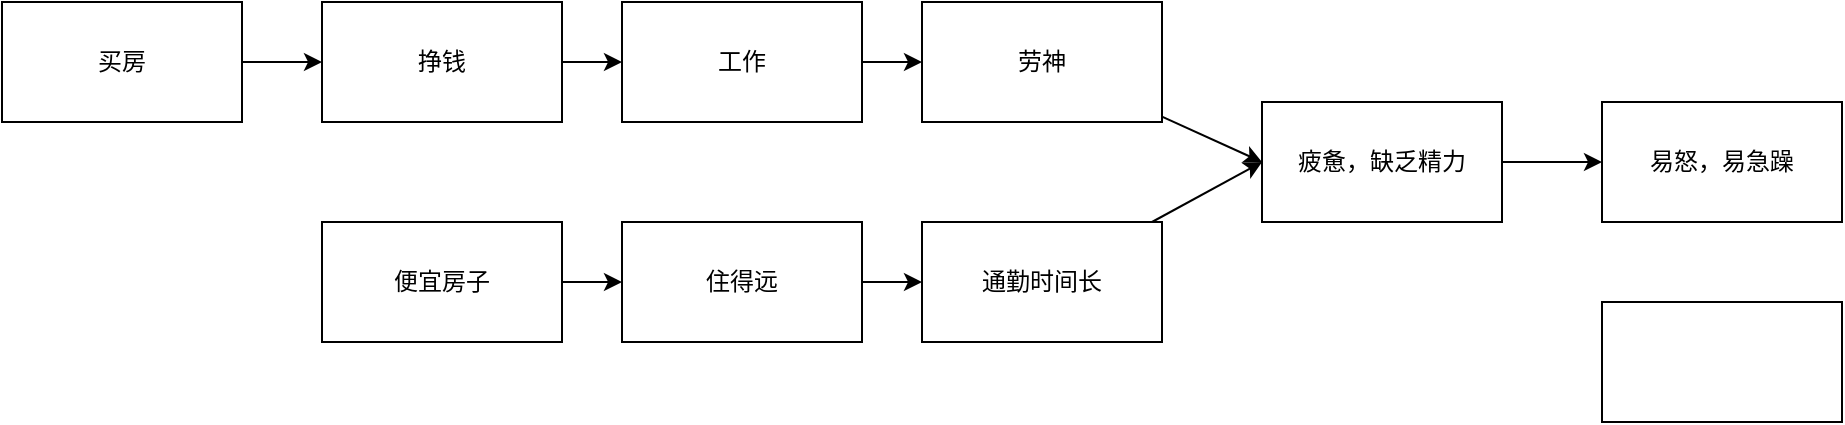
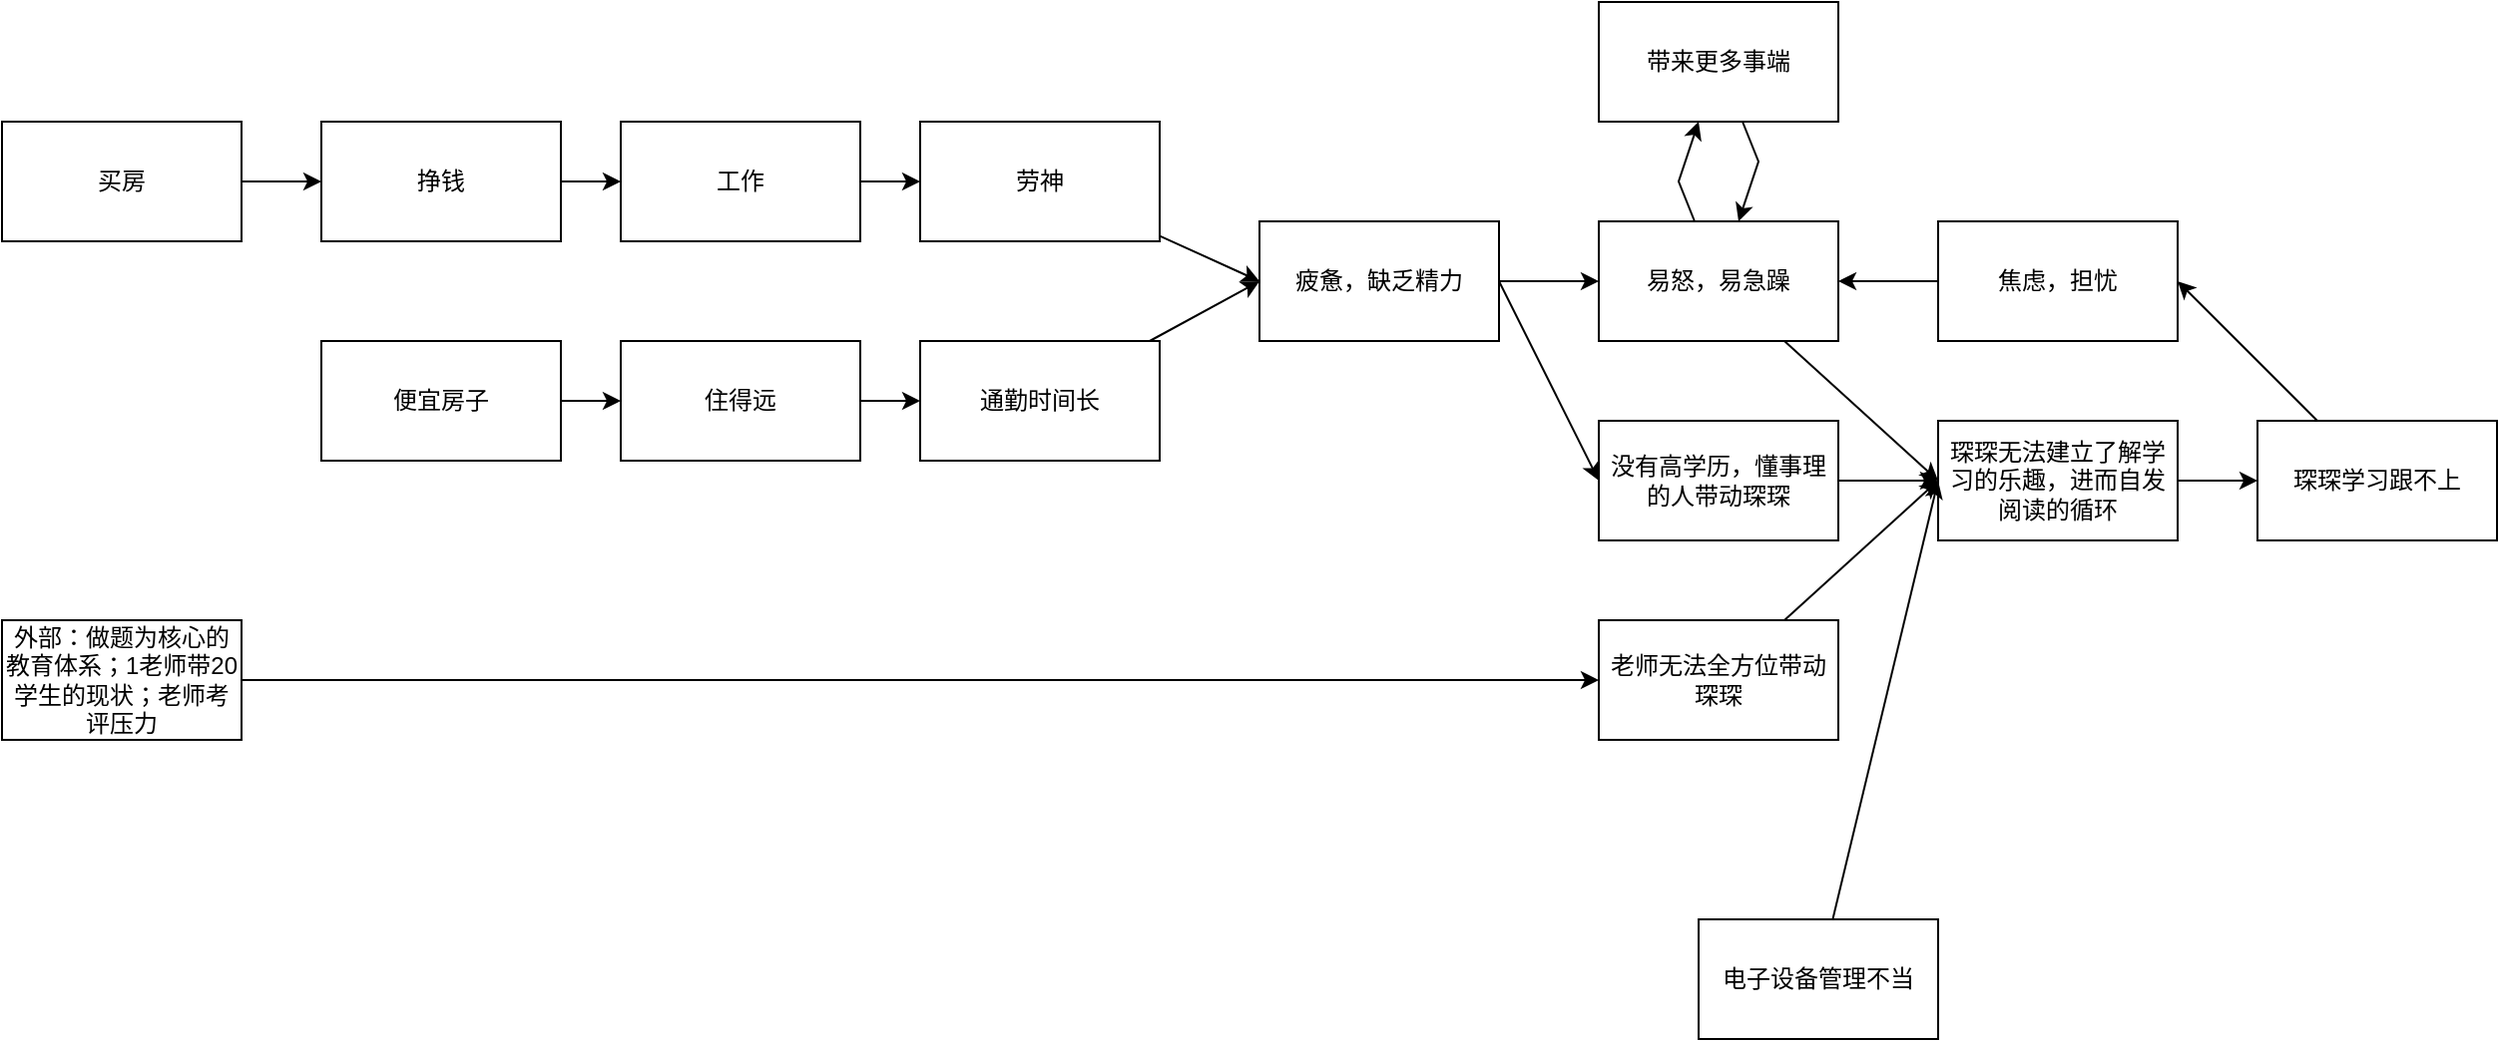
<mxfile host="app.diagrams.net">
  <diagram name="第 1 页" id="oDSSeyHpDiqRt2YluFSl">
-     <mxGraphModel dx="2031" dy="783" grid="1" gridSize="10" guides="1" tooltips="1" connect="1" arrows="1" fold="1" page="1" pageScale="1" pageWidth="827" pageHeight="1169" math="0" shadow="0">
+     <mxGraphModel dx="2332" dy="979" grid="1" gridSize="10" guides="1" tooltips="1" connect="1" arrows="1" fold="1" page="1" pageScale="1" pageWidth="827" pageHeight="1169" math="0" shadow="0">
      <root>
        <mxCell id="0" />
        <mxCell id="1" parent="0" />
        <mxCell id="g81_ulEMyJ-JgBWC4m70-7" edge="1" parent="1" source="g81_ulEMyJ-JgBWC4m70-1" style="edgeStyle=none;rounded=0;orthogonalLoop=1;jettySize=auto;html=1;" target="g81_ulEMyJ-JgBWC4m70-3" value="">
          <mxGeometry relative="1" as="geometry" />
        </mxCell>
        <mxCell id="g81_ulEMyJ-JgBWC4m70-1" parent="1" style="rounded=0;whiteSpace=wrap;html=1;" value="挣钱" vertex="1">
          <mxGeometry height="60" width="120" x="20" y="160" as="geometry" />
        </mxCell>
        <mxCell id="g81_ulEMyJ-JgBWC4m70-15" edge="1" parent="1" source="g81_ulEMyJ-JgBWC4m70-2" style="edgeStyle=none;rounded=0;orthogonalLoop=1;jettySize=auto;html=1;" target="g81_ulEMyJ-JgBWC4m70-1" value="">
          <mxGeometry relative="1" as="geometry" />
        </mxCell>
        <mxCell id="g81_ulEMyJ-JgBWC4m70-2" parent="1" style="rounded=0;whiteSpace=wrap;html=1;" value="买房" vertex="1">
          <mxGeometry height="60" width="120" x="-140" y="160" as="geometry" />
        </mxCell>
        <mxCell id="g81_ulEMyJ-JgBWC4m70-11" edge="1" parent="1" source="g81_ulEMyJ-JgBWC4m70-3" style="edgeStyle=none;rounded=0;orthogonalLoop=1;jettySize=auto;html=1;" target="g81_ulEMyJ-JgBWC4m70-10" value="">
          <mxGeometry relative="1" as="geometry" />
        </mxCell>
        <mxCell id="g81_ulEMyJ-JgBWC4m70-3" parent="1" style="rounded=0;whiteSpace=wrap;html=1;" value="工作" vertex="1">
          <mxGeometry height="60" width="120" x="170" y="160" as="geometry" />
        </mxCell>
        <mxCell id="g81_ulEMyJ-JgBWC4m70-9" edge="1" parent="1" source="g81_ulEMyJ-JgBWC4m70-4" style="edgeStyle=none;rounded=0;orthogonalLoop=1;jettySize=auto;html=1;" target="g81_ulEMyJ-JgBWC4m70-5" value="">
          <mxGeometry relative="1" as="geometry" />
        </mxCell>
        <mxCell id="g81_ulEMyJ-JgBWC4m70-4" parent="1" style="rounded=0;whiteSpace=wrap;html=1;" value="住得远" vertex="1">
          <mxGeometry height="60" width="120" x="170" y="270" as="geometry" />
        </mxCell>
        <mxCell id="g81_ulEMyJ-JgBWC4m70-14" edge="1" parent="1" source="g81_ulEMyJ-JgBWC4m70-5" style="edgeStyle=none;rounded=0;orthogonalLoop=1;jettySize=auto;html=1;entryX=0;entryY=0.5;entryDx=0;entryDy=0;" target="g81_ulEMyJ-JgBWC4m70-12">
          <mxGeometry relative="1" as="geometry" />
        </mxCell>
        <mxCell id="g81_ulEMyJ-JgBWC4m70-5" parent="1" style="rounded=0;whiteSpace=wrap;html=1;" value="通勤时间长" vertex="1">
          <mxGeometry height="60" width="120" x="320" y="270" as="geometry" />
        </mxCell>
        <mxCell id="g81_ulEMyJ-JgBWC4m70-8" edge="1" parent="1" source="g81_ulEMyJ-JgBWC4m70-6" style="edgeStyle=none;rounded=0;orthogonalLoop=1;jettySize=auto;html=1;" target="g81_ulEMyJ-JgBWC4m70-4" value="">
          <mxGeometry relative="1" as="geometry" />
        </mxCell>
        <mxCell id="g81_ulEMyJ-JgBWC4m70-6" parent="1" style="rounded=0;whiteSpace=wrap;html=1;" value="便宜房子" vertex="1">
          <mxGeometry height="60" width="120" x="20" y="270" as="geometry" />
        </mxCell>
        <mxCell id="g81_ulEMyJ-JgBWC4m70-13" edge="1" parent="1" source="g81_ulEMyJ-JgBWC4m70-10" style="edgeStyle=none;rounded=0;orthogonalLoop=1;jettySize=auto;html=1;entryX=0;entryY=0.5;entryDx=0;entryDy=0;" target="g81_ulEMyJ-JgBWC4m70-12">
          <mxGeometry relative="1" as="geometry" />
        </mxCell>
        <mxCell id="g81_ulEMyJ-JgBWC4m70-10" parent="1" style="rounded=0;whiteSpace=wrap;html=1;" value="劳神" vertex="1">
          <mxGeometry height="60" width="120" x="320" y="160" as="geometry" />
        </mxCell>
        <mxCell id="g81_ulEMyJ-JgBWC4m70-17" edge="1" parent="1" source="g81_ulEMyJ-JgBWC4m70-12" style="edgeStyle=none;rounded=0;orthogonalLoop=1;jettySize=auto;html=1;" target="g81_ulEMyJ-JgBWC4m70-16" value="">
          <mxGeometry relative="1" as="geometry" />
        </mxCell>
+         <mxCell id="1IWbCYiRDZy2WKuNPd---1" edge="1" parent="1" source="g81_ulEMyJ-JgBWC4m70-12" style="edgeStyle=none;rounded=0;orthogonalLoop=1;jettySize=auto;html=1;exitX=1;exitY=0.5;exitDx=0;exitDy=0;entryX=0;entryY=0.5;entryDx=0;entryDy=0;" target="g81_ulEMyJ-JgBWC4m70-18">
+           <mxGeometry relative="1" as="geometry" />
+         </mxCell>
        <mxCell id="g81_ulEMyJ-JgBWC4m70-12" parent="1" style="rounded=0;whiteSpace=wrap;html=1;" value="疲惫，缺乏精力" vertex="1">
          <mxGeometry height="60" width="120" x="490" y="210" as="geometry" />
+         </mxCell>
+         <mxCell id="1IWbCYiRDZy2WKuNPd---13" edge="1" parent="1" source="g81_ulEMyJ-JgBWC4m70-16" style="edgeStyle=none;rounded=0;orthogonalLoop=1;jettySize=auto;html=1;" target="1IWbCYiRDZy2WKuNPd---11" value="">
+           <mxGeometry relative="1" as="geometry">
+             <Array as="points">
+               <mxPoint x="700" y="190" />
+             </Array>
+           </mxGeometry>
        </mxCell>
        <mxCell id="g81_ulEMyJ-JgBWC4m70-16" parent="1" style="rounded=0;whiteSpace=wrap;html=1;" value="易怒，易急躁" vertex="1">
          <mxGeometry height="60" width="120" x="660" y="210" as="geometry" />
        </mxCell>
-         <mxCell id="g81_ulEMyJ-JgBWC4m70-18" parent="1" style="rounded=0;whiteSpace=wrap;html=1;" value="" vertex="1">
+         <mxCell id="1IWbCYiRDZy2WKuNPd---7" edge="1" parent="1" source="g81_ulEMyJ-JgBWC4m70-18" style="edgeStyle=none;rounded=0;orthogonalLoop=1;jettySize=auto;html=1;" target="1IWbCYiRDZy2WKuNPd---5">
+           <mxGeometry relative="1" as="geometry" />
+         </mxCell>
+         <mxCell id="g81_ulEMyJ-JgBWC4m70-18" parent="1" style="rounded=0;whiteSpace=wrap;html=1;" value="没有高学历，懂事理的人带动琛琛" vertex="1">
          <mxGeometry height="60" width="120" x="660" y="310" as="geometry" />
+         </mxCell>
+         <mxCell id="1IWbCYiRDZy2WKuNPd---4" edge="1" parent="1" source="1IWbCYiRDZy2WKuNPd---2" style="edgeStyle=none;rounded=0;orthogonalLoop=1;jettySize=auto;html=1;" target="1IWbCYiRDZy2WKuNPd---3" value="">
+           <mxGeometry relative="1" as="geometry" />
+         </mxCell>
+         <mxCell id="1IWbCYiRDZy2WKuNPd---2" parent="1" style="rounded=0;whiteSpace=wrap;html=1;" value="外部：做题为核心的教育体系；1老师带20学生的现状；老师考评压力" vertex="1">
+           <mxGeometry height="60" width="120" x="-140" y="410" as="geometry" />
+         </mxCell>
+         <mxCell id="1IWbCYiRDZy2WKuNPd---8" edge="1" parent="1" source="1IWbCYiRDZy2WKuNPd---3" style="edgeStyle=none;rounded=0;orthogonalLoop=1;jettySize=auto;html=1;entryX=0;entryY=0.5;entryDx=0;entryDy=0;" target="1IWbCYiRDZy2WKuNPd---5">
+           <mxGeometry relative="1" as="geometry" />
+         </mxCell>
+         <mxCell id="1IWbCYiRDZy2WKuNPd---3" parent="1" style="rounded=0;whiteSpace=wrap;html=1;" value="老师无法全方位带动琛琛" vertex="1">
+           <mxGeometry height="60" width="120" x="660" y="410" as="geometry" />
+         </mxCell>
+         <mxCell id="1IWbCYiRDZy2WKuNPd---15" edge="1" parent="1" source="1IWbCYiRDZy2WKuNPd---5" style="edgeStyle=none;rounded=0;orthogonalLoop=1;jettySize=auto;html=1;" target="1IWbCYiRDZy2WKuNPd---14" value="">
+           <mxGeometry relative="1" as="geometry" />
+         </mxCell>
+         <mxCell id="1IWbCYiRDZy2WKuNPd---5" parent="1" style="rounded=0;whiteSpace=wrap;html=1;" value="琛琛无法建立了解学习的乐趣，进而自发阅读的循环" vertex="1">
+           <mxGeometry height="60" width="120" x="830" y="310" as="geometry" />
+         </mxCell>
+         <mxCell id="1IWbCYiRDZy2WKuNPd---6" edge="1" parent="1" source="g81_ulEMyJ-JgBWC4m70-16" style="edgeStyle=none;rounded=0;orthogonalLoop=1;jettySize=auto;html=1;entryX=0;entryY=0.5;entryDx=0;entryDy=0;" target="1IWbCYiRDZy2WKuNPd---5">
+           <mxGeometry relative="1" as="geometry" />
+         </mxCell>
+         <mxCell id="1IWbCYiRDZy2WKuNPd---10" edge="1" parent="1" source="1IWbCYiRDZy2WKuNPd---9" style="edgeStyle=none;rounded=0;orthogonalLoop=1;jettySize=auto;html=1;entryX=0;entryY=0.5;entryDx=0;entryDy=0;" target="1IWbCYiRDZy2WKuNPd---5">
+           <mxGeometry relative="1" as="geometry" />
+         </mxCell>
+         <mxCell id="1IWbCYiRDZy2WKuNPd---9" parent="1" style="rounded=0;whiteSpace=wrap;html=1;" value="电子设备管理不当" vertex="1">
+           <mxGeometry height="60" width="120" x="710" y="560" as="geometry" />
+         </mxCell>
+         <mxCell id="1IWbCYiRDZy2WKuNPd---12" edge="1" parent="1" source="1IWbCYiRDZy2WKuNPd---11" style="edgeStyle=none;rounded=0;orthogonalLoop=1;jettySize=auto;html=1;" target="g81_ulEMyJ-JgBWC4m70-16" value="">
+           <mxGeometry relative="1" as="geometry">
+             <Array as="points">
+               <mxPoint x="740" y="180" />
+             </Array>
+           </mxGeometry>
+         </mxCell>
+         <mxCell id="1IWbCYiRDZy2WKuNPd---11" parent="1" style="rounded=0;whiteSpace=wrap;html=1;" value="带来更多事端" vertex="1">
+           <mxGeometry height="60" width="120" x="660" y="100" as="geometry" />
+         </mxCell>
+         <mxCell id="1IWbCYiRDZy2WKuNPd---17" edge="1" parent="1" source="1IWbCYiRDZy2WKuNPd---14" style="edgeStyle=none;rounded=0;orthogonalLoop=1;jettySize=auto;html=1;entryX=1;entryY=0.5;entryDx=0;entryDy=0;" target="1IWbCYiRDZy2WKuNPd---16">
+           <mxGeometry relative="1" as="geometry" />
+         </mxCell>
+         <mxCell id="1IWbCYiRDZy2WKuNPd---14" parent="1" style="rounded=0;whiteSpace=wrap;html=1;" value="琛琛学习跟不上" vertex="1">
+           <mxGeometry height="60" width="120" x="990" y="310" as="geometry" />
+         </mxCell>
+         <mxCell id="1IWbCYiRDZy2WKuNPd---18" edge="1" parent="1" source="1IWbCYiRDZy2WKuNPd---16" style="edgeStyle=none;rounded=0;orthogonalLoop=1;jettySize=auto;html=1;" target="g81_ulEMyJ-JgBWC4m70-16" value="">
+           <mxGeometry relative="1" as="geometry" />
+         </mxCell>
+         <mxCell id="1IWbCYiRDZy2WKuNPd---16" parent="1" style="rounded=0;whiteSpace=wrap;html=1;" value="焦虑，担忧" vertex="1">
+           <mxGeometry height="60" width="120" x="830" y="210" as="geometry" />
        </mxCell>
      </root>
    </mxGraphModel>
  </diagram>
</mxfile>
